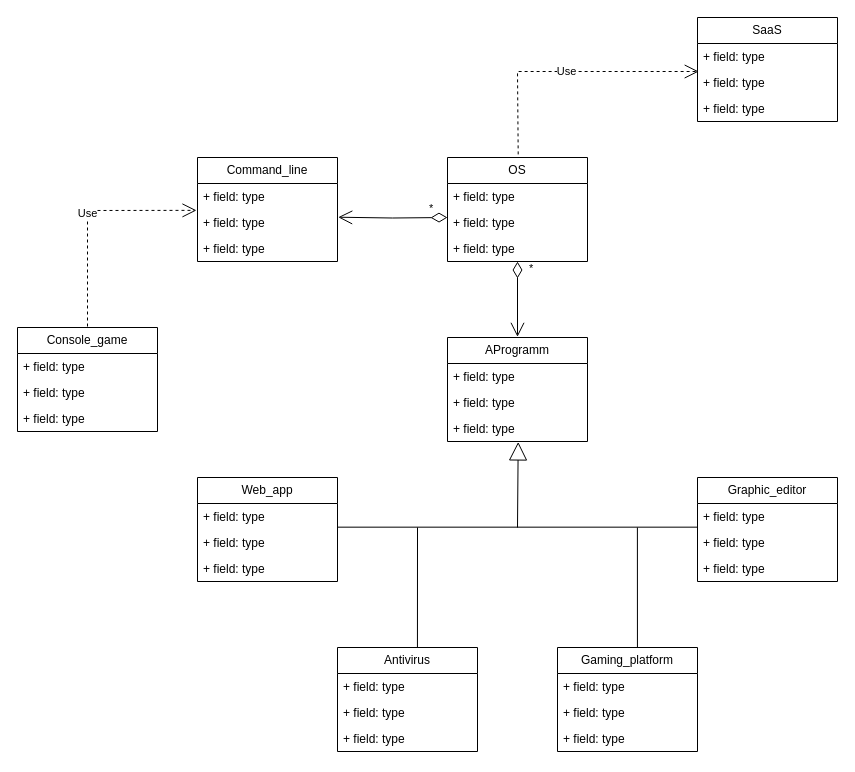
Earlier version of the draw.io diagram hw_5/3_5_1_3.drawio (pq1121/oop_practices). Source tidied: cells renumbered, new cells numbered last; positions are measured from the earlier drawing's top-left corner, leaving out a move shared by most shapes. Both pictures are drawn from the tidied source at 100%, with x=0, y=0 at pixel (17, 17).
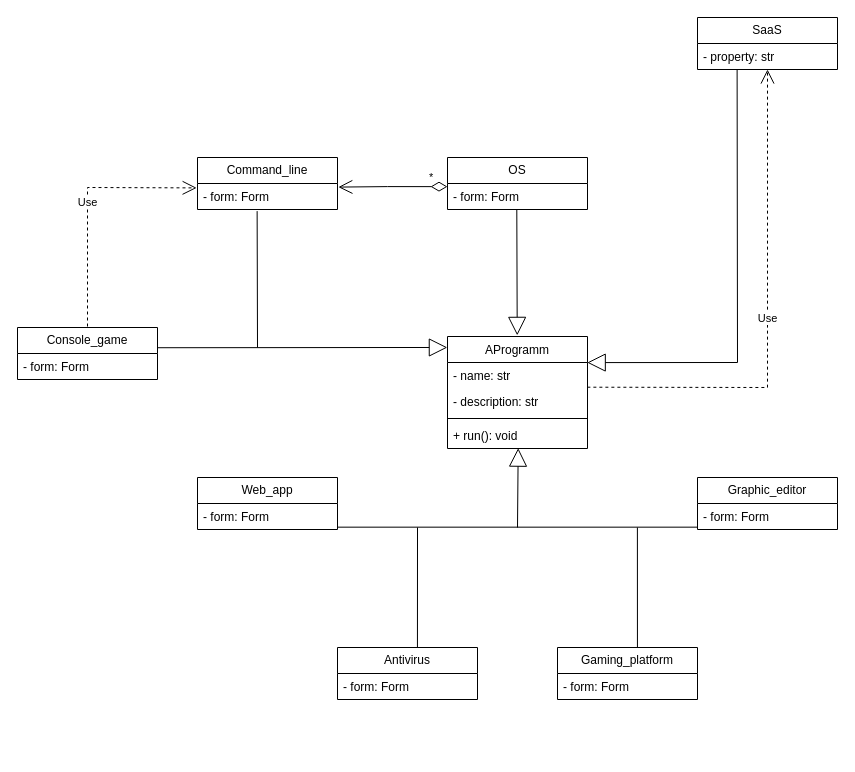
The same page after the edit.

Change to the diagram source:
```diff
@@
     <mxCell id="2" value="OS" style="swimlane;fontStyle=0;horizontal=1;startSize=26;fillColor=none;whiteSpace=wrap;html=1;" parent="1" vertex="1">
-      <mxGeometry x="430" y="140" width="140" height="104" as="geometry" />
+      <mxGeometry x="430" y="140" width="140" height="52" as="geometry" />
     </mxCell>
-    <mxCell id="3" value="+ field: type" style="text;strokeColor=none;fillColor=none;align=left;verticalAlign=top;spacingLeft=4;spacingRight=4;overflow=hidden;points=[[0,0.5],[1,0.5]];portConstraint=eastwest;whiteSpace=wrap;html=1;" parent="2" vertex="1">
+    <mxCell id="3" value="- form: Form" style="text;strokeColor=none;fillColor=none;align=left;verticalAlign=top;spacingLeft=4;spacingRight=4;overflow=hidden;points=[[0,0.5],[1,0.5]];portConstraint=eastwest;whiteSpace=wrap;html=1;" parent="2" vertex="1">
       <mxGeometry y="26" width="140" height="26" as="geometry" />
     </mxCell>
-    <mxCell id="4" value="+ field: type" style="text;strokeColor=none;fillColor=none;align=left;verticalAlign=top;spacingLeft=4;spacingRight=4;overflow=hidden;whiteSpace=wrap;html=1;" parent="2" vertex="1">
-      <mxGeometry y="52" width="140" height="26" as="geometry" />
-    </mxCell>
-    <mxCell id="5" value="+ field: type" style="text;strokeColor=none;fillColor=none;align=left;verticalAlign=top;spacingLeft=4;spacingRight=4;overflow=hidden;whiteSpace=wrap;html=1;" parent="2" vertex="1">
-      <mxGeometry y="78" width="140" height="26" as="geometry" />
-    </mxCell>
     <mxCell id="6" value="SaaS" style="swimlane;fontStyle=0;horizontal=1;startSize=26;fillColor=none;whiteSpace=wrap;html=1;" parent="1" vertex="1">
-      <mxGeometry x="680" width="140" height="104" as="geometry" />
+      <mxGeometry x="680" width="140" height="52" as="geometry" />
     </mxCell>
-    <mxCell id="7" value="+ field: type" style="text;strokeColor=none;fillColor=none;align=left;verticalAlign=top;spacingLeft=4;spacingRight=4;overflow=hidden;points=[[0,0.5],[1,0.5]];portConstraint=eastwest;whiteSpace=wrap;html=1;" parent="6" vertex="1">
+    <mxCell id="7" value="- property: str" style="text;strokeColor=none;fillColor=none;align=left;verticalAlign=top;spacingLeft=4;spacingRight=4;overflow=hidden;points=[[0,0.5],[1,0.5]];portConstraint=eastwest;whiteSpace=wrap;html=1;" parent="6" vertex="1">
       <mxGeometry y="26" width="140" height="26" as="geometry" />
     </mxCell>
-    <mxCell id="8" value="+ field: type" style="text;strokeColor=none;fillColor=none;align=left;verticalAlign=top;spacingLeft=4;spacingRight=4;overflow=hidden;whiteSpace=wrap;html=1;" parent="6" vertex="1">
-      <mxGeometry y="52" width="140" height="26" as="geometry" />
-    </mxCell>
-    <mxCell id="9" value="+ field: type" style="text;strokeColor=none;fillColor=none;align=left;verticalAlign=top;spacingLeft=4;spacingRight=4;overflow=hidden;whiteSpace=wrap;html=1;" parent="6" vertex="1">
-      <mxGeometry y="78" width="140" height="26" as="geometry" />
-    </mxCell>
-    <mxCell id="10" value="AProgramm" style="swimlane;fontStyle=0;horizontal=1;startSize=26;fillColor=none;whiteSpace=wrap;html=1;" parent="1" vertex="1">
-      <mxGeometry x="430" y="320" width="140" height="104" as="geometry" />
-    </mxCell>
-    <mxCell id="11" value="+ field: type" style="text;strokeColor=none;fillColor=none;align=left;verticalAlign=top;spacingLeft=4;spacingRight=4;overflow=hidden;whiteSpace=wrap;html=1;" parent="10" vertex="1">
-      <mxGeometry y="26" width="140" height="26" as="geometry" />
-    </mxCell>
-    <mxCell id="12" value="+ field: type" style="text;strokeColor=none;fillColor=none;align=left;verticalAlign=top;spacingLeft=4;spacingRight=4;overflow=hidden;whiteSpace=wrap;html=1;" parent="10" vertex="1">
-      <mxGeometry y="52" width="140" height="26" as="geometry" />
-    </mxCell>
-    <mxCell id="13" value="+ field: type" style="text;strokeColor=none;fillColor=none;align=left;verticalAlign=top;spacingLeft=4;spacingRight=4;overflow=hidden;points=[[0,0.5],[1,0.5]];portConstraint=eastwest;whiteSpace=wrap;html=1;" parent="10" vertex="1">
-      <mxGeometry y="78" width="140" height="26" as="geometry" />
-    </mxCell>
     <mxCell id="14" value="Antivirus" style="swimlane;fontStyle=0;horizontal=1;startSize=26;fillColor=none;whiteSpace=wrap;html=1;" parent="1" vertex="1">
-      <mxGeometry x="320" y="630" width="140" height="104" as="geometry" />
+      <mxGeometry x="320" y="630" width="140" height="52" as="geometry" />
     </mxCell>
-    <mxCell id="15" value="+ field: type" style="text;strokeColor=none;fillColor=none;align=left;verticalAlign=top;spacingLeft=4;spacingRight=4;overflow=hidden;whiteSpace=wrap;html=1;" parent="14" vertex="1">
+    <mxCell id="15" value="- form: Form" style="text;strokeColor=none;fillColor=none;align=left;verticalAlign=top;spacingLeft=4;spacingRight=4;overflow=hidden;whiteSpace=wrap;html=1;" parent="14" vertex="1">
       <mxGeometry y="26" width="140" height="26" as="geometry" />
     </mxCell>
-    <mxCell id="16" value="+ field: type" style="text;strokeColor=none;fillColor=none;align=left;verticalAlign=top;spacingLeft=4;spacingRight=4;overflow=hidden;whiteSpace=wrap;html=1;" parent="14" vertex="1">
-      <mxGeometry y="52" width="140" height="26" as="geometry" />
-    </mxCell>
-    <mxCell id="17" value="+ field: type" style="text;strokeColor=none;fillColor=none;align=left;verticalAlign=top;spacingLeft=4;spacingRight=4;overflow=hidden;whiteSpace=wrap;html=1;" parent="14" vertex="1">
-      <mxGeometry y="78" width="140" height="26" as="geometry" />
-    </mxCell>
     <mxCell id="18" value="Command_line" style="swimlane;fontStyle=0;horizontal=1;startSize=26;fillColor=none;whiteSpace=wrap;html=1;" parent="1" vertex="1">
-      <mxGeometry x="180" y="140" width="140" height="104" as="geometry" />
+      <mxGeometry x="180" y="140" width="140" height="52" as="geometry" />
     </mxCell>
-    <mxCell id="19" value="+ field: type" style="text;strokeColor=none;fillColor=none;align=left;verticalAlign=top;spacingLeft=4;spacingRight=4;overflow=hidden;points=[[0,0.5],[1,0.5]];portConstraint=eastwest;whiteSpace=wrap;html=1;" parent="18" vertex="1">
+    <mxCell id="19" value="- form: Form" style="text;strokeColor=none;fillColor=none;align=left;verticalAlign=top;spacingLeft=4;spacingRight=4;overflow=hidden;points=[[0,0.5],[1,0.5]];portConstraint=eastwest;whiteSpace=wrap;html=1;" parent="18" vertex="1">
       <mxGeometry y="26" width="140" height="26" as="geometry" />
     </mxCell>
-    <mxCell id="20" value="+ field: type" style="text;strokeColor=none;fillColor=none;align=left;verticalAlign=top;spacingLeft=4;spacingRight=4;overflow=hidden;points=[[0,0.5],[1,0.5]];portConstraint=eastwest;whiteSpace=wrap;html=1;" parent="18" vertex="1">
-      <mxGeometry y="52" width="140" height="26" as="geometry" />
-    </mxCell>
-    <mxCell id="21" value="+ field: type" style="text;strokeColor=none;fillColor=none;align=left;verticalAlign=top;spacingLeft=4;spacingRight=4;overflow=hidden;whiteSpace=wrap;html=1;" parent="18" vertex="1">
-      <mxGeometry y="78" width="140" height="26" as="geometry" />
-    </mxCell>
     <mxCell id="22" value="Graphic_editor" style="swimlane;fontStyle=0;horizontal=1;startSize=26;fillColor=none;whiteSpace=wrap;html=1;" parent="1" vertex="1">
-      <mxGeometry x="680" y="460" width="140" height="104" as="geometry" />
+      <mxGeometry x="680" y="460" width="140" height="52" as="geometry" />
     </mxCell>
-    <mxCell id="23" value="+ field: type" style="text;strokeColor=none;fillColor=none;align=left;verticalAlign=top;spacingLeft=4;spacingRight=4;overflow=hidden;points=[[0,0.5],[1,0.5]];portConstraint=eastwest;whiteSpace=wrap;html=1;" parent="22" vertex="1">
+    <mxCell id="23" value="- form: Form" style="text;strokeColor=none;fillColor=none;align=left;verticalAlign=top;spacingLeft=4;spacingRight=4;overflow=hidden;points=[[0,0.5],[1,0.5]];portConstraint=eastwest;whiteSpace=wrap;html=1;" parent="22" vertex="1">
       <mxGeometry y="26" width="140" height="26" as="geometry" />
     </mxCell>
-    <mxCell id="24" value="+ field: type" style="text;strokeColor=none;fillColor=none;align=left;verticalAlign=top;spacingLeft=4;spacingRight=4;overflow=hidden;whiteSpace=wrap;html=1;" parent="22" vertex="1">
-      <mxGeometry y="52" width="140" height="26" as="geometry" />
-    </mxCell>
-    <mxCell id="25" value="+ field: type" style="text;strokeColor=none;fillColor=none;align=left;verticalAlign=top;spacingLeft=4;spacingRight=4;overflow=hidden;whiteSpace=wrap;html=1;" parent="22" vertex="1">
-      <mxGeometry y="78" width="140" height="26" as="geometry" />
-    </mxCell>
     <mxCell id="26" value="Gaming_platform" style="swimlane;fontStyle=0;horizontal=1;startSize=26;fillColor=none;whiteSpace=wrap;html=1;" parent="1" vertex="1">
-      <mxGeometry x="540" y="630" width="140" height="104" as="geometry" />
+      <mxGeometry x="540" y="630" width="140" height="52" as="geometry" />
     </mxCell>
-    <mxCell id="27" value="+ field: type" style="text;strokeColor=none;fillColor=none;align=left;verticalAlign=top;spacingLeft=4;spacingRight=4;overflow=hidden;whiteSpace=wrap;html=1;" parent="26" vertex="1">
+    <mxCell id="27" value="- form: Form" style="text;strokeColor=none;fillColor=none;align=left;verticalAlign=top;spacingLeft=4;spacingRight=4;overflow=hidden;whiteSpace=wrap;html=1;" parent="26" vertex="1">
       <mxGeometry y="26" width="140" height="26" as="geometry" />
     </mxCell>
-    <mxCell id="28" value="+ field: type" style="text;strokeColor=none;fillColor=none;align=left;verticalAlign=top;spacingLeft=4;spacingRight=4;overflow=hidden;whiteSpace=wrap;html=1;" parent="26" vertex="1">
-      <mxGeometry y="52" width="140" height="26" as="geometry" />
-    </mxCell>
-    <mxCell id="29" value="+ field: type" style="text;strokeColor=none;fillColor=none;align=left;verticalAlign=top;spacingLeft=4;spacingRight=4;overflow=hidden;whiteSpace=wrap;html=1;" parent="26" vertex="1">
-      <mxGeometry y="78" width="140" height="26" as="geometry" />
-    </mxCell>
     <mxCell id="30" value="Web_app" style="swimlane;fontStyle=0;horizontal=1;startSize=26;fillColor=none;whiteSpace=wrap;html=1;" parent="1" vertex="1">
-      <mxGeometry x="180" y="460" width="140" height="104" as="geometry" />
+      <mxGeometry x="180" y="460" width="140" height="52" as="geometry" />
     </mxCell>
-    <mxCell id="31" value="+ field: type" style="text;strokeColor=none;fillColor=none;align=left;verticalAlign=top;spacingLeft=4;spacingRight=4;overflow=hidden;points=[[0,0.5],[1,0.5]];portConstraint=eastwest;whiteSpace=wrap;html=1;" parent="30" vertex="1">
+    <mxCell id="31" value="- form: Form" style="text;strokeColor=none;fillColor=none;align=left;verticalAlign=top;spacingLeft=4;spacingRight=4;overflow=hidden;points=[[0,0.5],[1,0.5]];portConstraint=eastwest;whiteSpace=wrap;html=1;" parent="30" vertex="1">
       <mxGeometry y="26" width="140" height="26" as="geometry" />
     </mxCell>
-    <mxCell id="32" value="+ field: type" style="text;strokeColor=none;fillColor=none;align=left;verticalAlign=top;spacingLeft=4;spacingRight=4;overflow=hidden;whiteSpace=wrap;html=1;" parent="30" vertex="1">
-      <mxGeometry y="52" width="140" height="26" as="geometry" />
-    </mxCell>
-    <mxCell id="33" value="+ field: type" style="text;strokeColor=none;fillColor=none;align=left;verticalAlign=top;spacingLeft=4;spacingRight=4;overflow=hidden;whiteSpace=wrap;html=1;" parent="30" vertex="1">
-      <mxGeometry y="78" width="140" height="26" as="geometry" />
-    </mxCell>
     <mxCell id="34" value="Console_game" style="swimlane;fontStyle=0;horizontal=1;startSize=26;fillColor=none;whiteSpace=wrap;html=1;" parent="1" vertex="1">
-      <mxGeometry y="310" width="140" height="104" as="geometry" />
+      <mxGeometry y="310" width="140" height="52" as="geometry" />
     </mxCell>
-    <mxCell id="35" value="+ field: type" style="text;strokeColor=none;fillColor=none;align=left;verticalAlign=top;spacingLeft=4;spacingRight=4;overflow=hidden;whiteSpace=wrap;html=1;" parent="34" vertex="1">
-      <mxGeometry y="26" width="140" height="26" as="geometry" />
-    </mxCell>
-    <mxCell id="36" value="+ field: type" style="text;strokeColor=none;fillColor=none;align=left;verticalAlign=top;spacingLeft=4;spacingRight=4;overflow=hidden;whiteSpace=wrap;html=1;" parent="34" vertex="1">
-      <mxGeometry y="52" width="140" height="26" as="geometry" />
-    </mxCell>
-    <mxCell id="37" value="+ field: type" style="text;strokeColor=none;fillColor=none;align=left;verticalAlign=top;spacingLeft=4;spacingRight=4;overflow=hidden;whiteSpace=wrap;html=1;" parent="34" vertex="1">
-      <mxGeometry y="78" width="140" height="26" as="geometry" />
-    </mxCell>
+    <mxCell id="46" value="- form: Form" style="text;strokeColor=none;fillColor=none;align=left;verticalAlign=top;spacingLeft=4;spacingRight=4;overflow=hidden;whiteSpace=wrap;html=1;" parent="34" vertex="1">
+      <mxGeometry y="26" width="140" height="26" as="geometry" />
+    </mxCell>
@@
-    <mxCell id="41" style="endArrow=block;endSize=16;endFill=0;html=1;rounded=0;entryX=0.505;entryY=1.017;entryDx=0;entryDy=0;entryPerimeter=0;" parent="1" edge="1" target="13">
+    <mxCell id="41" style="endArrow=block;endSize=16;endFill=0;html=1;rounded=0;entryX=0.505;entryY=0.987;entryDx=0;entryDy=0;entryPerimeter=0;" parent="1" edge="1" target="51">
       <mxGeometry relative="1" as="geometry">
         <mxPoint x="500" y="510" as="sourcePoint" />
       </mxGeometry>
     </mxCell>
-    <mxCell id="42" value="*" style="endArrow=open;html=1;endSize=12;startArrow=diamondThin;startSize=14;startFill=0;edgeStyle=orthogonalEdgeStyle;align=left;verticalAlign=bottom;rounded=0;entryX=0.5;entryY=-0.006;entryDx=0;entryDy=0;exitX=0.5;exitY=1;exitDx=0;exitDy=0;entryPerimeter=0;" parent="1" edge="1" source="2" target="10">
-      <mxGeometry x="-0.58" y="10" relative="1" as="geometry" />
-    </mxCell>
-    <mxCell id="43" value="Use" style="endArrow=open;endSize=12;dashed=1;html=1;rounded=0;exitX=0.457;exitY=-0.01;exitDx=0;exitDy=0;exitPerimeter=0;entryX=-0.007;entryY=1.033;entryDx=0;entryDy=0;entryPerimeter=0;" parent="1" edge="1" target="19">
+    <mxCell id="43" value="Use" style="endArrow=open;endSize=12;dashed=1;html=1;rounded=0;exitX=0.457;exitY=-0.01;exitDx=0;exitDy=0;exitPerimeter=0;entryX=-0.006;entryY=0.169;entryDx=0;entryDy=0;entryPerimeter=0;" parent="1" edge="1" target="19">
       <mxGeometry relative="1" as="geometry">
         <mxPoint x="70" y="309" as="sourcePoint" />
         <Array as="points">
-          <mxPoint x="70" y="193" />
+          <mxPoint x="70" y="170" />
         </Array>
       </mxGeometry>
     </mxCell>
-    <mxCell id="44" value="*" style="endArrow=open;html=1;endSize=12;startArrow=diamondThin;startSize=14;startFill=0;edgeStyle=orthogonalEdgeStyle;align=left;verticalAlign=bottom;rounded=0;entryX=1.005;entryY=0.297;entryDx=0;entryDy=0;entryPerimeter=0;" parent="1" edge="1" target="20">
+    <mxCell id="44" value="*" style="endArrow=open;html=1;endSize=12;startArrow=diamondThin;startSize=14;startFill=0;edgeStyle=orthogonalEdgeStyle;align=left;verticalAlign=bottom;rounded=0;exitX=0;exitY=0.121;exitDx=0;exitDy=0;exitPerimeter=0;entryX=1.006;entryY=0.138;entryDx=0;entryDy=0;entryPerimeter=0;" parent="1" edge="1" source="3" target="19">
       <mxGeometry x="-0.64" relative="1" as="geometry">
-        <mxPoint x="430" y="200" as="sourcePoint" />
+        <Array as="points">
+          <mxPoint x="370" y="169" />
+        </Array>
       </mxGeometry>
     </mxCell>
-    <mxCell id="45" value="Use" style="endArrow=open;endSize=12;dashed=1;html=1;rounded=0;entryX=0.009;entryY=1.077;entryDx=0;entryDy=0;entryPerimeter=0;exitX=0.505;exitY=-0.03;exitDx=0;exitDy=0;exitPerimeter=0;" parent="1" edge="1" source="2" target="7">
+    <mxCell id="45" value="Use" style="endArrow=open;endSize=12;dashed=1;html=1;rounded=0;exitX=0.999;exitY=0.95;exitDx=0;exitDy=0;exitPerimeter=0;entryX=0.5;entryY=1;entryDx=0;entryDy=0;" parent="1" edge="1" source="48" target="6">
       <mxGeometry relative="1" as="geometry">
         <Array as="points">
-          <mxPoint x="500" y="54" />
+          <mxPoint x="750" y="370" />
         </Array>
       </mxGeometry>
     </mxCell>
+    <mxCell id="47" style="endArrow=block;endSize=16;endFill=0;html=1;rounded=0;entryX=0.498;entryY=-0.01;entryDx=0;entryDy=0;entryPerimeter=0;exitX=0.495;exitY=1.004;exitDx=0;exitDy=0;exitPerimeter=0;" parent="1" edge="1" source="3" target="10">
+      <mxGeometry relative="1" as="geometry" />
+    </mxCell>
+    <mxCell id="10" value="&lt;span style=&quot;font-weight: 400;&quot;&gt;AProgramm&lt;/span&gt;" style="swimlane;fontStyle=1;align=center;verticalAlign=top;horizontal=1;startSize=26;whiteSpace=wrap;html=1;" parent="1" vertex="1">
+      <mxGeometry x="430" y="319" width="140" height="112" as="geometry" />
+    </mxCell>
+    <mxCell id="48" value="- name: str" style="text;strokeColor=none;fillColor=none;align=left;verticalAlign=top;spacingLeft=4;spacingRight=4;overflow=hidden;points=[[0,0.5],[1,0.5]];portConstraint=eastwest;whiteSpace=wrap;html=1;" parent="10" vertex="1">
+      <mxGeometry y="26" width="140" height="26" as="geometry" />
+    </mxCell>
+    <mxCell id="49" value="- description: str" style="text;strokeColor=none;fillColor=none;align=left;verticalAlign=top;spacingLeft=4;spacingRight=4;overflow=hidden;whiteSpace=wrap;html=1;" parent="10" vertex="1">
+      <mxGeometry y="52" width="140" height="26" as="geometry" />
+    </mxCell>
+    <mxCell id="50" style="line;strokeWidth=1;fillColor=none;align=left;verticalAlign=middle;spacingTop=-1;spacingLeft=3;spacingRight=3;labelPosition=right;strokeColor=inherit;" parent="10" vertex="1">
+      <mxGeometry y="78" width="140" height="8" as="geometry" />
+    </mxCell>
+    <mxCell id="51" value="+ run(): void" style="text;strokeColor=none;fillColor=none;align=left;verticalAlign=top;spacingLeft=4;spacingRight=4;overflow=hidden;points=[[0,0.5],[1,0.5]];portConstraint=eastwest;whiteSpace=wrap;html=1;" parent="10" vertex="1">
+      <mxGeometry y="86" width="140" height="26" as="geometry" />
+    </mxCell>
+    <mxCell id="52" style="endArrow=block;endSize=16;endFill=0;html=1;rounded=0;entryX=-0.001;entryY=0.098;entryDx=0;entryDy=0;entryPerimeter=0;exitX=0.999;exitY=0.389;exitDx=0;exitDy=0;exitPerimeter=0;" parent="1" edge="1" source="34" target="10">
+      <mxGeometry relative="1" as="geometry" />
+    </mxCell>
+    <mxCell id="53" style="endArrow=none;html=1;rounded=0;entryX=0.426;entryY=1.062;entryDx=0;entryDy=0;entryPerimeter=0;" parent="1" edge="1" target="19">
+      <mxGeometry relative="1" as="geometry">
+        <mxPoint x="240" y="330" as="sourcePoint" />
+      </mxGeometry>
+    </mxCell>
+    <mxCell id="54" style="endArrow=block;endSize=16;endFill=0;html=1;rounded=0;entryX=0.998;entryY=0.004;entryDx=0;entryDy=0;entryPerimeter=0;exitX=0.283;exitY=1;exitDx=0;exitDy=0;exitPerimeter=0;" parent="1" edge="1" source="7" target="48">
+      <mxGeometry relative="1" as="geometry">
+        <Array as="points">
+          <mxPoint x="720" y="345" />
+        </Array>
+      </mxGeometry>
+    </mxCell>
```
